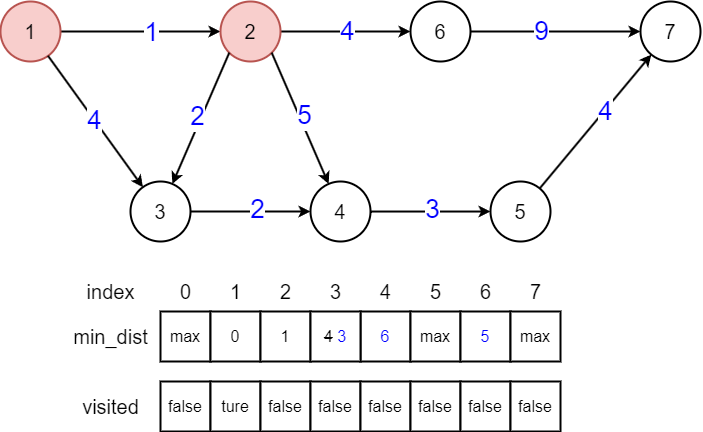
Earlier version of the draw.io export CS/数据结构算法及其实践/Dijkstra第二步.drawio.png (superwjfeng/MarkdownWriting). Source tidied: cells renumbered, new cells last; positions are measured from the earlier drawing's top-left corner, leaving out a move shared by most shapes. Source of this version:
```xml
<mxGraphModel background="#ffffff">
  <root>
    <mxCell id="0" />
    <mxCell id="1" parent="0" />
    <mxCell id="2" style="edgeStyle=orthogonalEdgeStyle;rounded=0;jettySize=auto;html=1;endArrow=classic;endFill=1;strokeWidth=2;" parent="1" edge="1" source="4" target="7">
      <mxGeometry relative="1" as="geometry" />
    </mxCell>
    <mxCell id="3" value="&lt;font color=&quot;#0000ff&quot; style=&quot;font-size: 26px;&quot;&gt;1&lt;/font&gt;" style="edgeLabel;html=1;align=center;verticalAlign=middle;" parent="2" vertex="1">
      <mxGeometry x="0.13" y="-1" relative="1" as="geometry" />
    </mxCell>
    <mxCell id="4" value="&lt;font style=&quot;font-size: 20px;&quot;&gt;1&lt;/font&gt;" style="ellipse;whiteSpace=wrap;html=1;strokeWidth=2;fillColor=#f8cecc;strokeColor=#b85450;" parent="1" vertex="1">
      <mxGeometry width="60" height="60" as="geometry" />
    </mxCell>
    <mxCell id="5" style="edgeStyle=orthogonalEdgeStyle;rounded=0;jettySize=auto;html=1;endArrow=classic;endFill=1;strokeWidth=2;" parent="1" edge="1" source="7" target="10">
      <mxGeometry relative="1" as="geometry" />
    </mxCell>
    <mxCell id="6" value="&lt;font color=&quot;#0000ff&quot; style=&quot;font-size: 26px;&quot;&gt;4&lt;/font&gt;" style="edgeLabel;html=1;align=center;verticalAlign=middle;" parent="5" vertex="1">
      <mxGeometry x="0.05" y="-2" relative="1" as="geometry">
        <mxPoint x="-2" y="-2" as="offset" />
      </mxGeometry>
    </mxCell>
    <mxCell id="7" value="&lt;font style=&quot;font-size: 20px;&quot;&gt;2&lt;/font&gt;" style="ellipse;whiteSpace=wrap;html=1;strokeWidth=2;fillColor=#f8cecc;strokeColor=#b85450;" parent="1" vertex="1">
      <mxGeometry x="220" width="60" height="60" as="geometry" />
    </mxCell>
    <mxCell id="8" style="rounded=0;jettySize=auto;html=1;endArrow=classic;endFill=1;strokeWidth=2;" parent="1" edge="1" source="10" target="26">
      <mxGeometry relative="1" as="geometry" />
    </mxCell>
    <mxCell id="9" value="&lt;font color=&quot;#0000ff&quot; style=&quot;font-size: 26px;&quot;&gt;9&lt;/font&gt;" style="edgeLabel;html=1;align=center;verticalAlign=middle;" parent="8" vertex="1">
      <mxGeometry x="-0.17" y="3" relative="1" as="geometry">
        <mxPoint y="3" as="offset" />
      </mxGeometry>
    </mxCell>
    <mxCell id="10" value="&lt;font style=&quot;font-size: 20px;&quot;&gt;6&lt;/font&gt;" style="ellipse;whiteSpace=wrap;html=1;strokeWidth=2;" parent="1" vertex="1">
      <mxGeometry x="410" width="60" height="60" as="geometry" />
    </mxCell>
    <mxCell id="11" style="edgeStyle=orthogonalEdgeStyle;rounded=0;jettySize=auto;html=1;endArrow=classic;endFill=1;strokeWidth=2;" parent="1" edge="1" source="17" target="22">
      <mxGeometry relative="1" as="geometry" />
    </mxCell>
    <mxCell id="12" value="&lt;font color=&quot;#0000ff&quot; style=&quot;font-size: 26px;&quot;&gt;2&lt;/font&gt;" style="edgeLabel;html=1;align=center;verticalAlign=middle;" parent="11" vertex="1">
      <mxGeometry x="0.12" y="2" relative="1" as="geometry" />
    </mxCell>
    <mxCell id="13" style="rounded=0;jettySize=auto;html=1;endArrow=none;endFill=0;strokeWidth=2;startArrow=classic;startFill=1;" parent="1" edge="1" source="17" target="4">
      <mxGeometry relative="1" as="geometry" />
    </mxCell>
    <mxCell id="14" value="&lt;font color=&quot;#0000ff&quot; style=&quot;font-size: 26px;&quot;&gt;4&lt;/font&gt;" style="edgeLabel;html=1;align=center;verticalAlign=middle;" parent="13" vertex="1">
      <mxGeometry x="0.02" relative="1" as="geometry" />
    </mxCell>
    <mxCell id="15" style="rounded=0;jettySize=auto;html=1;endArrow=none;endFill=0;strokeWidth=2;startArrow=classic;startFill=1;entryX=0;entryY=1;entryDx=0;entryDy=0;" parent="1" edge="1" source="17" target="7">
      <mxGeometry relative="1" as="geometry" />
    </mxCell>
    <mxCell id="16" value="&lt;font color=&quot;#0000ff&quot; style=&quot;font-size: 26px;&quot;&gt;2&lt;/font&gt;" style="edgeLabel;html=1;align=center;verticalAlign=middle;" parent="15" vertex="1">
      <mxGeometry x="0.01" y="4" relative="1" as="geometry" />
    </mxCell>
    <mxCell id="17" value="&lt;font style=&quot;font-size: 20px;&quot;&gt;3&lt;/font&gt;" style="ellipse;whiteSpace=wrap;html=1;strokeWidth=2;" parent="1" vertex="1">
      <mxGeometry x="130" y="180" width="60" height="60" as="geometry" />
    </mxCell>
    <mxCell id="18" style="edgeStyle=orthogonalEdgeStyle;rounded=0;jettySize=auto;html=1;endArrow=classic;endFill=1;strokeWidth=2;" parent="1" edge="1" source="22" target="25">
      <mxGeometry relative="1" as="geometry">
        <Array as="points">
          <mxPoint x="430" y="210" />
          <mxPoint x="430" y="210" />
        </Array>
      </mxGeometry>
    </mxCell>
    <mxCell id="19" value="&lt;font color=&quot;#0000ff&quot; style=&quot;font-size: 26px;&quot;&gt;3&lt;/font&gt;" style="edgeLabel;html=1;align=center;verticalAlign=middle;" parent="18" vertex="1">
      <mxGeometry x="0.02" y="2" relative="1" as="geometry" />
    </mxCell>
    <mxCell id="20" style="rounded=0;jettySize=auto;html=1;entryX=1;entryY=1;entryDx=0;entryDy=0;endArrow=none;endFill=0;strokeWidth=2;startArrow=classic;startFill=1;" parent="1" edge="1" source="22" target="7">
      <mxGeometry relative="1" as="geometry" />
    </mxCell>
    <mxCell id="21" value="&lt;font color=&quot;#0000ff&quot; style=&quot;font-size: 26px;&quot;&gt;5&lt;/font&gt;" style="edgeLabel;html=1;align=center;verticalAlign=middle;" parent="20" vertex="1">
      <mxGeometry x="0.42" relative="1" as="geometry">
        <mxPoint x="16" y="24" as="offset" />
      </mxGeometry>
    </mxCell>
    <mxCell id="22" value="&lt;font style=&quot;font-size: 20px;&quot;&gt;4&lt;/font&gt;" style="ellipse;whiteSpace=wrap;html=1;strokeWidth=2;" parent="1" vertex="1">
      <mxGeometry x="310" y="180" width="60" height="60" as="geometry" />
    </mxCell>
    <mxCell id="23" style="rounded=0;jettySize=auto;html=1;endArrow=classic;endFill=1;strokeWidth=2;" parent="1" edge="1" source="25" target="26">
      <mxGeometry relative="1" as="geometry" />
    </mxCell>
    <mxCell id="24" value="&lt;font color=&quot;#0000ff&quot; style=&quot;font-size: 26px;&quot;&gt;4&lt;/font&gt;" style="edgeLabel;html=1;align=center;verticalAlign=middle;" parent="23" vertex="1">
      <mxGeometry x="0.16" y="-1" relative="1" as="geometry" />
    </mxCell>
    <mxCell id="25" value="&lt;font style=&quot;font-size: 20px;&quot;&gt;5&lt;/font&gt;" style="ellipse;whiteSpace=wrap;html=1;strokeWidth=2;" parent="1" vertex="1">
      <mxGeometry x="490" y="180" width="60" height="60" as="geometry" />
    </mxCell>
    <mxCell id="26" value="&lt;span style=&quot;font-size: 20px;&quot;&gt;7&lt;/span&gt;" style="ellipse;whiteSpace=wrap;html=1;strokeWidth=2;" parent="1" vertex="1">
      <mxGeometry x="640" width="60" height="60" as="geometry" />
    </mxCell>
    <mxCell id="27" value="&lt;font style=&quot;font-size: 16px;&quot;&gt;max&lt;/font&gt;" style="rounded=0;whiteSpace=wrap;html=1;strokeWidth=2;" parent="1" vertex="1">
      <mxGeometry x="160" y="310" width="50" height="50" as="geometry" />
    </mxCell>
    <mxCell id="28" value="&lt;font style=&quot;font-size: 20px;&quot;&gt;0&lt;/font&gt;" style="text;html=1;align=center;verticalAlign=middle;strokeColor=none;fillColor=none;" parent="1" vertex="1">
      <mxGeometry x="170" y="270" width="30" height="40" as="geometry" />
    </mxCell>
    <mxCell id="29" value="&lt;font style=&quot;font-size: 16px;&quot;&gt;0&lt;/font&gt;" style="rounded=0;whiteSpace=wrap;html=1;strokeWidth=2;" parent="1" vertex="1">
      <mxGeometry x="210" y="310" width="50" height="50" as="geometry" />
    </mxCell>
    <mxCell id="30" value="&lt;font style=&quot;font-size: 20px;&quot;&gt;1&lt;/font&gt;" style="text;html=1;align=center;verticalAlign=middle;strokeColor=none;fillColor=none;" parent="1" vertex="1">
      <mxGeometry x="220" y="270" width="30" height="40" as="geometry" />
    </mxCell>
    <mxCell id="31" value="&lt;font style=&quot;font-size: 20px;&quot;&gt;2&lt;/font&gt;" style="text;html=1;align=center;verticalAlign=middle;strokeColor=none;fillColor=none;" parent="1" vertex="1">
      <mxGeometry x="270" y="270" width="30" height="40" as="geometry" />
    </mxCell>
    <mxCell id="32" value="&lt;font style=&quot;font-size: 20px;&quot;&gt;3&lt;/font&gt;" style="text;html=1;align=center;verticalAlign=middle;strokeColor=none;fillColor=none;" parent="1" vertex="1">
      <mxGeometry x="320" y="270" width="30" height="40" as="geometry" />
    </mxCell>
    <mxCell id="33" value="&lt;span style=&quot;font-size: 16px;&quot;&gt;&lt;font color=&quot;#0000ff&quot;&gt;6&lt;/font&gt;&lt;/span&gt;" style="rounded=0;whiteSpace=wrap;html=1;strokeWidth=2;" parent="1" vertex="1">
      <mxGeometry x="360" y="310" width="50" height="50" as="geometry" />
    </mxCell>
    <mxCell id="34" value="&lt;font style=&quot;font-size: 20px;&quot;&gt;4&lt;/font&gt;" style="text;html=1;align=center;verticalAlign=middle;strokeColor=none;fillColor=none;" parent="1" vertex="1">
      <mxGeometry x="370" y="270" width="30" height="40" as="geometry" />
    </mxCell>
    <mxCell id="35" value="&lt;font style=&quot;font-size: 16px;&quot;&gt;max&lt;/font&gt;" style="rounded=0;whiteSpace=wrap;html=1;strokeWidth=2;" parent="1" vertex="1">
      <mxGeometry x="410" y="310" width="50" height="50" as="geometry" />
    </mxCell>
    <mxCell id="36" value="&lt;font style=&quot;font-size: 20px;&quot;&gt;5&lt;/font&gt;" style="text;html=1;align=center;verticalAlign=middle;strokeColor=none;fillColor=none;" parent="1" vertex="1">
      <mxGeometry x="420" y="270" width="30" height="40" as="geometry" />
    </mxCell>
    <mxCell id="37" value="&lt;font color=&quot;#0000ff&quot; style=&quot;font-size: 16px;&quot;&gt;5&lt;/font&gt;" style="rounded=0;whiteSpace=wrap;html=1;strokeWidth=2;" parent="1" vertex="1">
      <mxGeometry x="460" y="310" width="50" height="50" as="geometry" />
    </mxCell>
    <mxCell id="38" value="&lt;font style=&quot;font-size: 20px;&quot;&gt;6&lt;/font&gt;" style="text;html=1;align=center;verticalAlign=middle;strokeColor=none;fillColor=none;" parent="1" vertex="1">
      <mxGeometry x="470" y="270" width="30" height="40" as="geometry" />
    </mxCell>
    <mxCell id="39" value="&lt;font style=&quot;font-size: 16px;&quot;&gt;max&lt;/font&gt;" style="rounded=0;whiteSpace=wrap;html=1;strokeWidth=2;" parent="1" vertex="1">
      <mxGeometry x="510" y="310" width="50" height="50" as="geometry" />
    </mxCell>
    <mxCell id="40" value="&lt;font style=&quot;font-size: 20px;&quot;&gt;7&lt;/font&gt;" style="text;html=1;align=center;verticalAlign=middle;strokeColor=none;fillColor=none;" parent="1" vertex="1">
      <mxGeometry x="520" y="270" width="30" height="40" as="geometry" />
    </mxCell>
    <mxCell id="41" value="&lt;font style=&quot;font-size: 20px;&quot;&gt;index&lt;/font&gt;" style="text;html=1;align=center;verticalAlign=middle;strokeColor=none;fillColor=none;" parent="1" vertex="1">
      <mxGeometry x="75" y="270" width="70" height="40" as="geometry" />
    </mxCell>
    <mxCell id="42" value="&lt;span style=&quot;font-size: 20px;&quot;&gt;min_dist&lt;/span&gt;" style="text;html=1;align=center;verticalAlign=middle;strokeColor=none;fillColor=none;" parent="1" vertex="1">
      <mxGeometry x="60" y="315" width="100" height="40" as="geometry" />
    </mxCell>
    <mxCell id="43" value="&lt;font style=&quot;font-size: 16px;&quot;&gt;false&lt;/font&gt;" style="rounded=0;whiteSpace=wrap;html=1;strokeWidth=2;" parent="1" vertex="1">
      <mxGeometry x="160" y="380" width="50" height="50" as="geometry" />
    </mxCell>
    <mxCell id="44" value="&lt;font style=&quot;font-size: 16px;&quot;&gt;ture&lt;/font&gt;" style="rounded=0;whiteSpace=wrap;html=1;strokeWidth=2;" parent="1" vertex="1">
      <mxGeometry x="210" y="380" width="50" height="50" as="geometry" />
    </mxCell>
    <mxCell id="45" value="&lt;font style=&quot;font-size: 16px;&quot;&gt;false&lt;/font&gt;" style="rounded=0;whiteSpace=wrap;html=1;strokeWidth=2;" parent="1" vertex="1">
      <mxGeometry x="260" y="380" width="50" height="50" as="geometry" />
    </mxCell>
    <mxCell id="46" value="&lt;font style=&quot;font-size: 16px;&quot;&gt;false&lt;/font&gt;" style="rounded=0;whiteSpace=wrap;html=1;strokeWidth=2;" parent="1" vertex="1">
      <mxGeometry x="310" y="380" width="50" height="50" as="geometry" />
    </mxCell>
    <mxCell id="47" value="&lt;span style=&quot;font-size: 20px;&quot;&gt;visited&lt;/span&gt;" style="text;html=1;align=center;verticalAlign=middle;strokeColor=none;fillColor=none;" parent="1" vertex="1">
      <mxGeometry x="70" y="385" width="80" height="40" as="geometry" />
    </mxCell>
    <mxCell id="48" value="&lt;font style=&quot;font-size: 16px;&quot;&gt;false&lt;/font&gt;" style="rounded=0;whiteSpace=wrap;html=1;strokeWidth=2;" parent="1" vertex="1">
      <mxGeometry x="360" y="380" width="50" height="50" as="geometry" />
    </mxCell>
    <mxCell id="49" value="&lt;font style=&quot;font-size: 16px;&quot;&gt;false&lt;/font&gt;" style="rounded=0;whiteSpace=wrap;html=1;strokeWidth=2;" parent="1" vertex="1">
      <mxGeometry x="410" y="380" width="50" height="50" as="geometry" />
    </mxCell>
    <mxCell id="50" value="&lt;font style=&quot;font-size: 16px;&quot;&gt;false&lt;/font&gt;" style="rounded=0;whiteSpace=wrap;html=1;strokeWidth=2;" parent="1" vertex="1">
      <mxGeometry x="460" y="380" width="50" height="50" as="geometry" />
    </mxCell>
    <mxCell id="51" value="&lt;font style=&quot;font-size: 16px;&quot;&gt;false&lt;/font&gt;" style="rounded=0;whiteSpace=wrap;html=1;strokeWidth=2;" parent="1" vertex="1">
      <mxGeometry x="510" y="380" width="50" height="50" as="geometry" />
    </mxCell>
    <mxCell id="52" value="&lt;font style=&quot;font-size: 16px;&quot;&gt;1&lt;/font&gt;" style="rounded=0;whiteSpace=wrap;html=1;strokeWidth=2;" parent="1" vertex="1">
      <mxGeometry x="260" y="310" width="50" height="50" as="geometry" />
    </mxCell>
    <mxCell id="53" value="&lt;font style=&quot;font-size: 16px;&quot;&gt;&lt;strike&gt;4&lt;/strike&gt; &lt;font color=&quot;#0000ff&quot;&gt;3&lt;/font&gt;&lt;/font&gt;" style="rounded=0;whiteSpace=wrap;html=1;strokeWidth=2;" parent="1" vertex="1">
      <mxGeometry x="310" y="310" width="50" height="50" as="geometry" />
    </mxCell>
  </root>
</mxGraphModel>
```
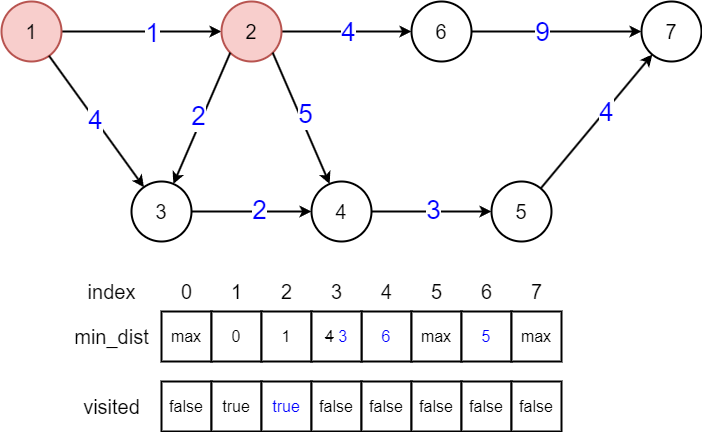
The same file after the commit.

Change to the diagram source:
```diff
@@ -139,10 +139,10 @@
     <mxCell id="43" value="&lt;font style=&quot;font-size: 16px;&quot;&gt;false&lt;/font&gt;" style="rounded=0;whiteSpace=wrap;html=1;strokeWidth=2;" parent="1" vertex="1">
       <mxGeometry x="160" y="380" width="50" height="50" as="geometry" />
     </mxCell>
-    <mxCell id="44" value="&lt;font style=&quot;font-size: 16px;&quot;&gt;ture&lt;/font&gt;" style="rounded=0;whiteSpace=wrap;html=1;strokeWidth=2;" parent="1" vertex="1">
+    <mxCell id="44" value="&lt;font style=&quot;font-size: 16px;&quot;&gt;true&lt;/font&gt;" style="rounded=0;whiteSpace=wrap;html=1;strokeWidth=2;" parent="1" vertex="1">
       <mxGeometry x="210" y="380" width="50" height="50" as="geometry" />
     </mxCell>
-    <mxCell id="45" value="&lt;font style=&quot;font-size: 16px;&quot;&gt;false&lt;/font&gt;" style="rounded=0;whiteSpace=wrap;html=1;strokeWidth=2;" parent="1" vertex="1">
+    <mxCell id="45" value="&lt;span style=&quot;font-size: 16px;&quot;&gt;&lt;font color=&quot;#0000ff&quot;&gt;true&lt;/font&gt;&lt;/span&gt;" style="rounded=0;whiteSpace=wrap;html=1;strokeWidth=2;" parent="1" vertex="1">
       <mxGeometry x="260" y="380" width="50" height="50" as="geometry" />
     </mxCell>
     <mxCell id="46" value="&lt;font style=&quot;font-size: 16px;&quot;&gt;false&lt;/font&gt;" style="rounded=0;whiteSpace=wrap;html=1;strokeWidth=2;" parent="1" vertex="1">
```
